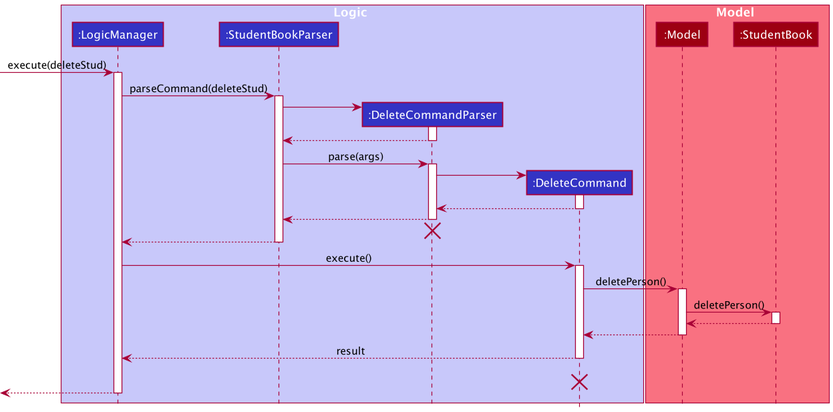
Before: docs/images/DeleteStudentSequenceDiagram.png, a diagram exported from PlantUML (nus-cs2103-AY2021S2/tp).
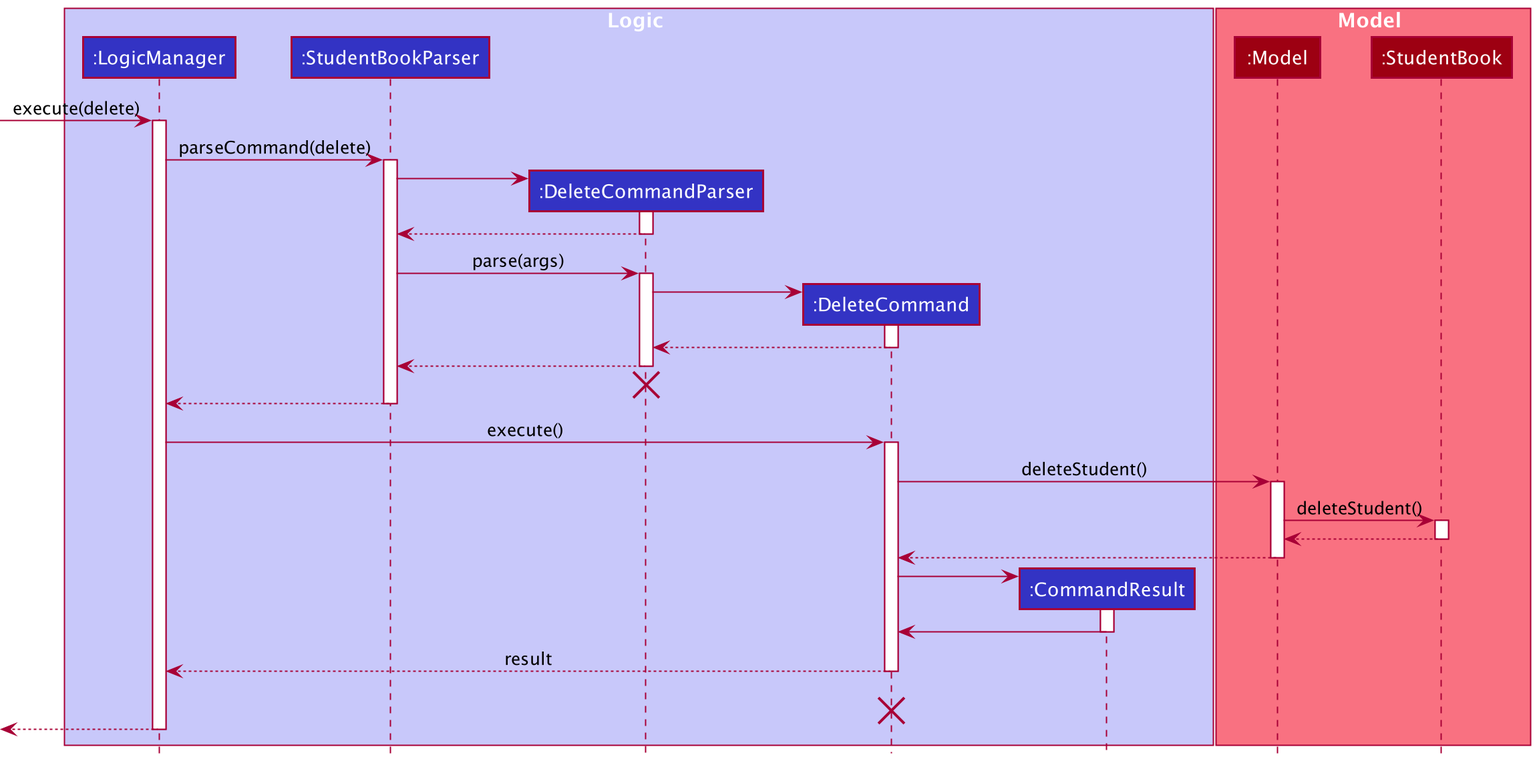
After the change.

Diff of the diagram source:
```diff
@@ -6,16 +6,17 @@
 participant ":StudentBookParser" as StudentBookParser LOGIC_COLOR
 participant ":DeleteCommandParser" as DeleteCommandParser LOGIC_COLOR
 participant ":DeleteCommand" as DeleteCommand LOGIC_COLOR
+participant ":CommandResult" as CommandResult LOGIC_COLOR
 end box
 
 box Model MODEL_COLOR_T1
 participant ":Model" as Model MODEL_COLOR
 participant ":StudentBook" as StudentBook MODEL_COLOR
 end box
-[-> LogicManager : execute(deleteStud)
+[-> LogicManager : execute(delete)
 activate LogicManager
 
-LogicManager -> StudentBookParser : parseCommand(deleteStud)
+LogicManager -> StudentBookParser : parseCommand(delete)
 activate StudentBookParser
 
 create DeleteCommandParser
@@ -46,10 +47,10 @@
 LogicManager -> DeleteCommand : execute()
 activate DeleteCommand
 
-DeleteCommand -> Model : deletePerson()
+DeleteCommand -> Model : deleteStudent()
 activate Model
 
-Model -> StudentBook : deletePerson()
+Model -> StudentBook : deleteStudent()
 activate StudentBook
 
 StudentBook --> Model :
@@ -57,6 +58,13 @@
 
 Model --> DeleteCommand
 deactivate Model
+
+create CommandResult
+DeleteCommand -> CommandResult
+activate CommandResult
+
+CommandResult -> DeleteCommand
+deactivate CommandResult
 
 DeleteCommand --> LogicManager : result
 deactivate DeleteCommand
```
